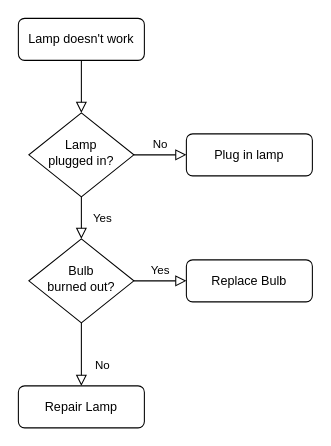
pdc-cool/webpack keeps this draw.io diagram as 01-demos/未命名绘图.drawio. Above is the earlier version. Source tidied: cells renumbered, new cells numbered last; positions are measured from the earlier drawing's top-left corner, leaving out a move shared by most shapes. Both pictures are drawn from the tidied source at 105%, with x=0, y=0 at pixel (18, 18).
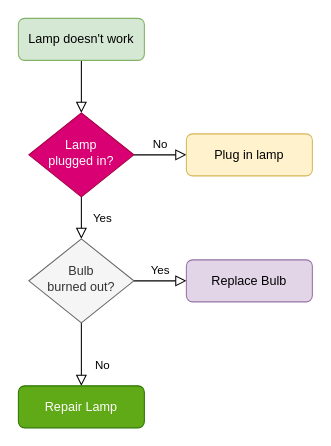
After the change.

Commit message:
测试流程图.drawio

Diff of the diagram source:
```diff
@@
 <mxGraphModel>
   <root>
     <mxCell id="0" />
     <mxCell id="1" parent="0" />
     <mxCell id="2" style="rounded=0;html=1;jettySize=auto;fontSize=11;endArrow=block;endFill=0;endSize=8;strokeWidth=1;shadow=0;labelBackgroundColor=none;edgeStyle=orthogonalEdgeStyle;" parent="1" edge="1" source="3" target="6">
       <mxGeometry relative="1" as="geometry" />
     </mxCell>
-    <mxCell id="3" value="Lamp doesn't work" style="rounded=1;whiteSpace=wrap;html=1;fontSize=12;glass=0;strokeWidth=1;shadow=0;" parent="1" vertex="1">
+    <mxCell id="3" value="Lamp doesn't work" style="rounded=1;whiteSpace=wrap;html=1;fontSize=12;glass=0;strokeWidth=1;shadow=0;fillColor=#d5e8d4;strokeColor=#82b366;" parent="1" vertex="1">
       <mxGeometry width="120" height="40" as="geometry" />
     </mxCell>
     <mxCell id="4" value="Yes" style="rounded=0;html=1;jettySize=auto;fontSize=11;endArrow=block;endFill=0;endSize=8;strokeWidth=1;shadow=0;labelBackgroundColor=none;edgeStyle=orthogonalEdgeStyle;" parent="1" edge="1" source="6" target="10">
       <mxGeometry y="20" relative="1" as="geometry" />
     </mxCell>
     <mxCell id="5" value="No" style="edgeStyle=orthogonalEdgeStyle;rounded=0;html=1;jettySize=auto;fontSize=11;endArrow=block;endFill=0;endSize=8;strokeWidth=1;shadow=0;labelBackgroundColor=none;" parent="1" edge="1" source="6" target="7">
       <mxGeometry y="10" relative="1" as="geometry" />
     </mxCell>
-    <mxCell id="6" value="Lamp&lt;br&gt;plugged in?" style="rhombus;whiteSpace=wrap;html=1;shadow=0;fontFamily=Helvetica;fontSize=12;align=center;strokeWidth=1;spacing=6;spacingTop=-4;" parent="1" vertex="1">
+    <mxCell id="6" value="Lamp&lt;br&gt;plugged in?" style="rhombus;whiteSpace=wrap;html=1;shadow=0;fontFamily=Helvetica;fontSize=12;align=center;strokeWidth=1;spacing=6;spacingTop=-4;fillColor=#d80073;strokeColor=#A50040;fontColor=#ffffff;" parent="1" vertex="1">
       <mxGeometry x="10" y="90" width="100" height="80" as="geometry" />
     </mxCell>
-    <mxCell id="7" value="Plug in lamp" style="rounded=1;whiteSpace=wrap;html=1;fontSize=12;glass=0;strokeWidth=1;shadow=0;" parent="1" vertex="1">
+    <mxCell id="7" value="Plug in lamp" style="rounded=1;whiteSpace=wrap;html=1;fontSize=12;glass=0;strokeWidth=1;shadow=0;fillColor=#fff2cc;strokeColor=#d6b656;" parent="1" vertex="1">
       <mxGeometry x="160" y="110" width="120" height="40" as="geometry" />
     </mxCell>
     <mxCell id="8" value="No" style="rounded=0;html=1;jettySize=auto;fontSize=11;endArrow=block;endFill=0;endSize=8;strokeWidth=1;shadow=0;labelBackgroundColor=none;edgeStyle=orthogonalEdgeStyle;" parent="1" edge="1" source="10" target="11">
       <mxGeometry x="0.33" y="20" relative="1" as="geometry" />
     </mxCell>
     <mxCell id="9" value="Yes" style="edgeStyle=orthogonalEdgeStyle;rounded=0;html=1;jettySize=auto;fontSize=11;endArrow=block;endFill=0;endSize=8;strokeWidth=1;shadow=0;labelBackgroundColor=none;" parent="1" edge="1" source="10" target="12">
       <mxGeometry y="10" relative="1" as="geometry" />
     </mxCell>
-    <mxCell id="10" value="Bulb&lt;br&gt;burned out?" style="rhombus;whiteSpace=wrap;html=1;shadow=0;fontFamily=Helvetica;fontSize=12;align=center;strokeWidth=1;spacing=6;spacingTop=-4;" parent="1" vertex="1">
+    <mxCell id="10" value="Bulb&lt;br&gt;burned out?" style="rhombus;whiteSpace=wrap;html=1;shadow=0;fontFamily=Helvetica;fontSize=12;align=center;strokeWidth=1;spacing=6;spacingTop=-4;fillColor=#f5f5f5;strokeColor=#666666;fontColor=#333333;" parent="1" vertex="1">
       <mxGeometry x="10" y="210" width="100" height="80" as="geometry" />
     </mxCell>
-    <mxCell id="11" value="Repair Lamp" style="rounded=1;whiteSpace=wrap;html=1;fontSize=12;glass=0;strokeWidth=1;shadow=0;" parent="1" vertex="1">
+    <mxCell id="11" value="Repair Lamp" style="rounded=1;whiteSpace=wrap;html=1;fontSize=12;glass=0;strokeWidth=1;shadow=0;fillColor=#60a917;strokeColor=#2D7600;fontColor=#ffffff;" parent="1" vertex="1">
       <mxGeometry y="350" width="120" height="40" as="geometry" />
     </mxCell>
-    <mxCell id="12" value="Replace Bulb" style="rounded=1;whiteSpace=wrap;html=1;fontSize=12;glass=0;strokeWidth=1;shadow=0;" parent="1" vertex="1">
+    <mxCell id="12" value="Replace Bulb" style="rounded=1;whiteSpace=wrap;html=1;fontSize=12;glass=0;strokeWidth=1;shadow=0;fillColor=#e1d5e7;strokeColor=#9673a6;" parent="1" vertex="1">
       <mxGeometry x="160" y="230" width="120" height="40" as="geometry" />
     </mxCell>
   </root>
 </mxGraphModel>
```
